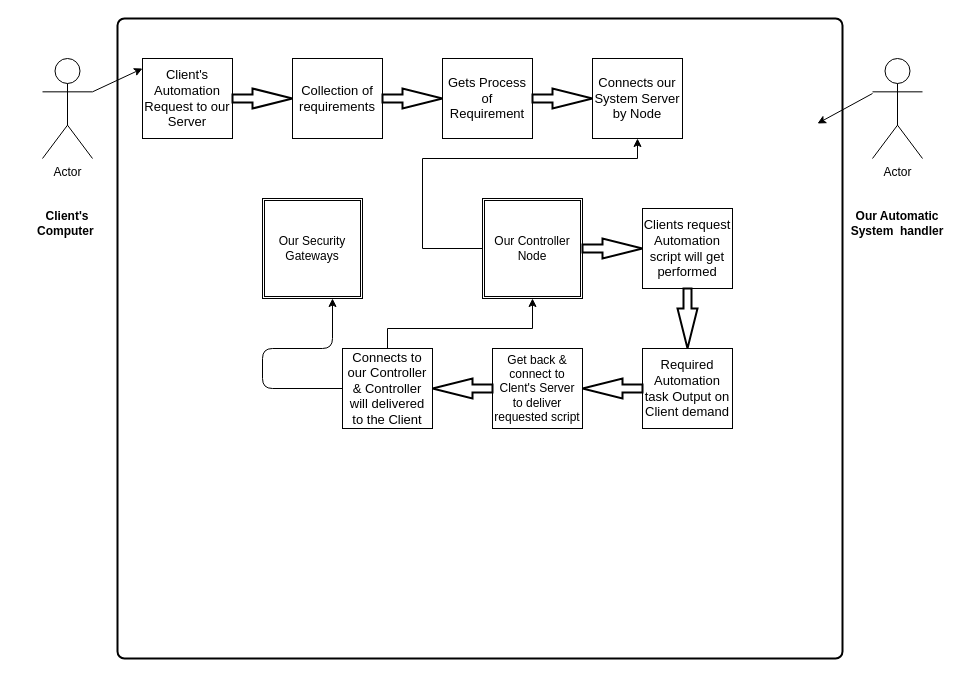
Above: CloudArchitecture.drawio in B-Shreyas/Cloud_project (draw.io), before the change. Source tidied: cells renumbered, new cells numbered last; positions are measured from the earlier drawing's top-left corner, leaving out a move shared by most shapes. Both pictures are drawn from the tidied source at 100%, with x=0, y=0 at pixel (17, 18).
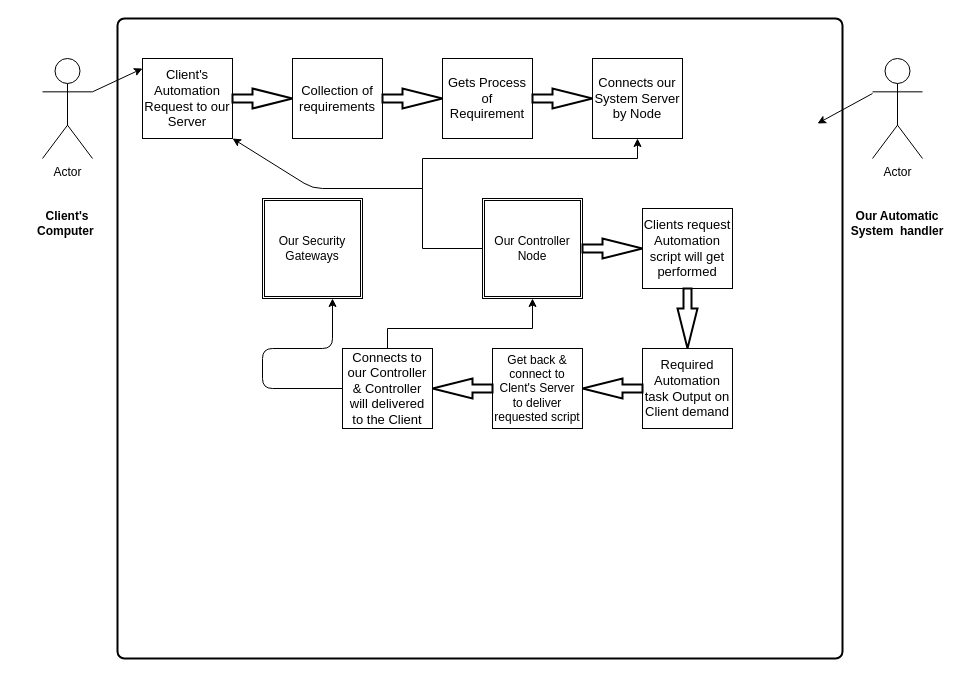
The same diagram, later.

The change refers to these unchanged cells:
```xml
<mxCell id="5" value="&lt;font style=&quot;font-size: 13px&quot;&gt;Client's Automation Request to our Server&lt;/font&gt;" style="rounded=0;whiteSpace=wrap;html=1;" parent="1" vertex="1">
  <mxGeometry x="125" y="40" width="90" height="80" as="geometry" />
</mxCell>
```

Change to the diagram source:
```diff
@@
+    <mxCell id="29" style="endArrow=classic;html=1;entryX=1;entryY=1;entryDx=0;entryDy=0;" parent="1" edge="1" target="5">
+      <mxGeometry relative="1" as="geometry">
+        <mxPoint x="405" y="170" as="sourcePoint" />
+        <Array as="points">
+          <mxPoint x="295" y="170" />
+        </Array>
+      </mxGeometry>
+    </mxCell>
```
